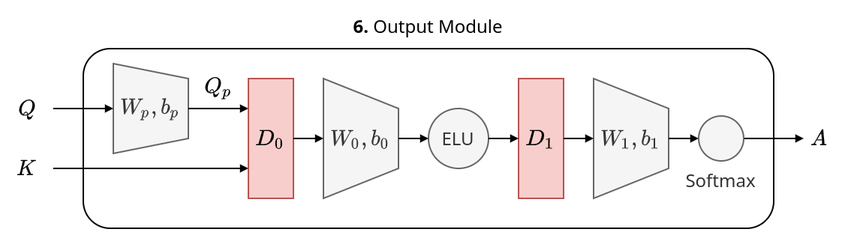
alexmirrington/honours-thesis keeps this draw.io diagram as figures/output_module.png. Above is the earlier version. Source tidied: cells renumbered, new cells last; positions are measured from the earlier drawing's top-left corner, leaving out a move shared by most shapes.
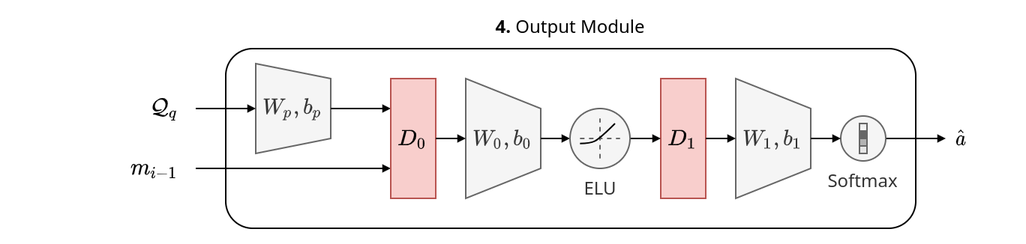
After the commit.

Change to the diagram source:
```diff
@@ -2,10 +2,10 @@
   <root>
     <mxCell id="0" />
     <mxCell id="1" parent="0" />
-    <mxCell id="2" value="&lt;b&gt;6.&amp;nbsp;&lt;/b&gt;Output Module" style="rounded=1;whiteSpace=wrap;html=1;fillColor=none;labelPosition=center;verticalLabelPosition=top;align=center;verticalAlign=bottom;spacingTop=0;spacingBottom=5;" parent="1" vertex="1">
+    <mxCell id="2" value="&lt;b&gt;4.&amp;nbsp;&lt;/b&gt;Output Module" style="rounded=1;whiteSpace=wrap;html=1;fillColor=none;labelPosition=center;verticalLabelPosition=top;align=center;verticalAlign=bottom;spacingTop=0;spacingBottom=5;" parent="1" vertex="1">
       <mxGeometry x="20" width="460" height="120" as="geometry" />
     </mxCell>
-    <mxCell id="3" value="$$A$$" style="edgeStyle=none;rounded=1;jettySize=auto;html=1;startArrow=block;startFill=1;startSize=3;endArrow=none;endFill=0;endSize=3;strokeColor=#000000;strokeWidth=1;fontSize=12;labelBackgroundColor=none;labelPosition=center;verticalLabelPosition=middle;align=center;verticalAlign=middle;entryX=1;entryY=0.5;entryDx=0;entryDy=0;" parent="1" edge="1" target="17">
+    <mxCell id="3" value="$$\hat{a}$$" style="edgeStyle=none;rounded=1;jettySize=auto;html=1;startArrow=block;startFill=1;startSize=3;endArrow=none;endFill=0;endSize=3;strokeColor=#000000;strokeWidth=1;fontSize=12;labelBackgroundColor=none;labelPosition=center;verticalLabelPosition=middle;align=center;verticalAlign=middle;entryX=1;entryY=0.5;entryDx=0;entryDy=0;" parent="1" edge="1" target="17">
       <mxGeometry as="geometry">
         <mxPoint x="500" y="60" as="sourcePoint" />
         <mxPoint x="30" as="offset" />
@@ -14,19 +14,19 @@
     <mxCell id="4" value="$$W_p, b_p$$" style="shape=trapezoid;perimeter=trapezoidPerimeter;whiteSpace=wrap;html=1;fixedSize=1;direction=south;fillColor=#f5f5f5;strokeColor=#666666;fontColor=#333333;size=10;" parent="1" vertex="1">
       <mxGeometry x="40" y="10" width="50" height="60" as="geometry" />
     </mxCell>
-    <mxCell id="5" value="$$K$$" style="edgeStyle=none;rounded=1;jettySize=auto;html=1;startArrow=block;startFill=1;startSize=3;endArrow=none;endFill=0;endSize=3;strokeColor=#000000;strokeWidth=1;fontSize=12;labelBackgroundColor=none;labelPosition=left;verticalLabelPosition=middle;align=right;verticalAlign=middle;exitX=0;exitY=0.75;exitDx=0;exitDy=0;" parent="1" edge="1" source="9">
+    <mxCell id="5" value="$$m_{i-1}$$" style="edgeStyle=none;rounded=1;jettySize=auto;html=1;startArrow=block;startFill=1;startSize=3;endArrow=none;endFill=0;endSize=3;strokeColor=#000000;strokeWidth=1;fontSize=12;labelBackgroundColor=none;labelPosition=left;verticalLabelPosition=middle;align=right;verticalAlign=middle;exitX=0;exitY=0.75;exitDx=0;exitDy=0;" parent="1" edge="1" source="9">
       <mxGeometry as="geometry">
         <mxPoint y="80" as="targetPoint" />
         <mxPoint x="-75" as="offset" />
       </mxGeometry>
     </mxCell>
-    <mxCell id="6" value="$$Q$$" style="edgeStyle=none;rounded=1;jettySize=auto;html=1;startArrow=block;startFill=1;startSize=3;endArrow=none;endFill=0;endSize=3;strokeColor=#000000;strokeWidth=1;fontSize=12;labelBackgroundColor=none;labelPosition=left;verticalLabelPosition=middle;align=right;verticalAlign=middle;exitX=0.5;exitY=1;exitDx=0;exitDy=0;" parent="1" edge="1" source="4">
+    <mxCell id="6" value="$$\mathcal{Q}_q$$" style="edgeStyle=none;rounded=1;jettySize=auto;html=1;startArrow=block;startFill=1;startSize=3;endArrow=none;endFill=0;endSize=3;strokeColor=#000000;strokeWidth=1;fontSize=12;labelBackgroundColor=none;labelPosition=left;verticalLabelPosition=middle;align=right;verticalAlign=middle;exitX=0.5;exitY=1;exitDx=0;exitDy=0;" parent="1" edge="1" source="4">
       <mxGeometry as="geometry">
         <mxPoint y="40" as="targetPoint" />
         <mxPoint x="-30" as="offset" />
       </mxGeometry>
     </mxCell>
-    <mxCell id="7" value="$$Q_p$$" style="edgeStyle=none;rounded=1;jettySize=auto;html=1;startArrow=block;startFill=1;startSize=3;endArrow=none;endFill=0;endSize=3;strokeColor=#000000;strokeWidth=1;fontSize=12;entryX=0.5;entryY=0;entryDx=0;entryDy=0;exitX=0;exitY=0.25;exitDx=0;exitDy=0;labelPosition=center;verticalLabelPosition=top;align=center;verticalAlign=bottom;labelBackgroundColor=none;" parent="1" edge="1" source="9" target="4">
+    <mxCell id="7" style="edgeStyle=none;rounded=1;jettySize=auto;html=1;startArrow=block;startFill=1;startSize=3;endArrow=none;endFill=0;endSize=3;strokeColor=#000000;strokeWidth=1;fontSize=12;entryX=0.5;entryY=0;entryDx=0;entryDy=0;exitX=0;exitY=0.25;exitDx=0;exitDy=0;labelPosition=center;verticalLabelPosition=top;align=center;verticalAlign=bottom;labelBackgroundColor=none;" parent="1" edge="1" source="9" target="4">
       <mxGeometry as="geometry">
         <mxPoint y="10" as="offset" />
       </mxGeometry>
@@ -40,9 +40,6 @@
     <mxCell id="10" style="edgeStyle=none;rounded=1;jettySize=auto;html=1;startArrow=block;startFill=1;startSize=3;endArrow=none;endFill=0;endSize=3;strokeColor=#000000;strokeWidth=1;fontSize=8;entryX=1;entryY=0.5;entryDx=0;entryDy=0;exitX=0.5;exitY=1;exitDx=0;exitDy=0;" parent="1" edge="1" source="8" target="9">
       <mxGeometry x="-65" y="159" as="geometry" />
     </mxCell>
-    <mxCell id="11" value="ELU" style="ellipse;whiteSpace=wrap;html=1;fillColor=#f5f5f5;fontSize=12;strokeColor=#666666;fontColor=#333333;" parent="1" vertex="1">
-      <mxGeometry x="250" y="40" width="40" height="40" as="geometry" />
-    </mxCell>
     <mxCell id="12" value="$$W_1,b_1$$" style="shape=trapezoid;perimeter=trapezoidPerimeter;whiteSpace=wrap;html=1;fixedSize=1;direction=south;fillColor=#f5f5f5;strokeColor=#666666;fontColor=#333333;" parent="1" vertex="1">
       <mxGeometry x="360" y="20" width="50" height="80" as="geometry" />
     </mxCell>
@@ -64,5 +61,51 @@
     <mxCell id="18" style="edgeStyle=none;rounded=1;jettySize=auto;html=1;startArrow=block;startFill=1;startSize=3;endArrow=none;endFill=0;endSize=3;strokeColor=#000000;strokeWidth=1;fontSize=8;entryX=0.5;entryY=0;entryDx=0;entryDy=0;exitX=0;exitY=0.5;exitDx=0;exitDy=0;" parent="1" edge="1" source="17" target="12">
       <mxGeometry x="-45" y="179" as="geometry" />
     </mxCell>
+    <mxCell id="19" style="group;" parent="1" vertex="1">
+      <mxGeometry x="249.5" y="40" width="40" height="40" as="geometry" />
+    </mxCell>
+    <mxCell id="11" value="ELU" style="ellipse;whiteSpace=wrap;html=1;fillColor=#f5f5f5;fontSize=12;strokeColor=#666666;fontColor=#333333;labelPosition=center;verticalLabelPosition=bottom;align=center;verticalAlign=top;" parent="19" vertex="1">
+      <mxGeometry width="40" height="40" as="geometry" />
+    </mxCell>
+    <mxCell id="20" style="group;" parent="19" vertex="1">
+      <mxGeometry x="6.7" y="6.7" width="26.7" height="26.7" as="geometry" />
+    </mxCell>
+    <mxCell id="21" style="endArrow=none;dashed=1;html=1;fillColor=#f5f5f5;strokeColor=#666666;" parent="20" edge="1">
+      <mxGeometry as="geometry">
+        <mxPoint y="13.3" as="sourcePoint" />
+        <mxPoint x="26.7" y="13.3" as="targetPoint" />
+      </mxGeometry>
+    </mxCell>
+    <mxCell id="22" style="endArrow=none;dashed=1;html=1;fillColor=#f5f5f5;strokeColor=#666666;" parent="20" edge="1">
+      <mxGeometry as="geometry">
+        <mxPoint x="13.3" y="26.7" as="sourcePoint" />
+        <mxPoint x="13.3" as="targetPoint" />
+      </mxGeometry>
+    </mxCell>
+    <mxCell id="23" style="endArrow=none;html=1;endFill=0;curved=1;" parent="20" edge="1">
+      <mxGeometry as="geometry">
+        <mxPoint y="16.7" as="sourcePoint" />
+        <mxPoint x="23.3" y="3.3" as="targetPoint" />
+        <Array as="points">
+          <mxPoint x="6.7" y="16.7" />
+          <mxPoint x="13.3" y="13.3" />
+        </Array>
+      </mxGeometry>
+    </mxCell>
+    <mxCell id="24" style="group;" parent="1" vertex="1">
+      <mxGeometry x="442.5" y="50" width="5" height="20" as="geometry" />
+    </mxCell>
+    <mxCell id="25" style="rect;whiteSpace=wrap;html=1;strokeColor=#666666;labelPosition=left;verticalLabelPosition=middle;align=right;verticalAlign=middle;spacingRight=10;fontStyle=2;fontColor=#333333;gradientColor=#ffffff;fillColor=#E6E6E6;" parent="24" vertex="1">
+      <mxGeometry width="5" height="5" as="geometry" />
+    </mxCell>
+    <mxCell id="26" style="rect;whiteSpace=wrap;html=1;strokeColor=#666666;labelPosition=left;verticalLabelPosition=middle;align=right;verticalAlign=middle;spacingRight=10;fontStyle=2;fontColor=#333333;fillColor=#666666;" parent="24" vertex="1">
+      <mxGeometry y="5" width="5" height="5" as="geometry" />
+    </mxCell>
+    <mxCell id="27" style="rect;whiteSpace=wrap;html=1;strokeColor=#666666;labelPosition=left;verticalLabelPosition=middle;align=right;verticalAlign=middle;spacingRight=10;fontStyle=2;fontColor=#333333;fillColor=#B3B3B3;" parent="24" vertex="1">
+      <mxGeometry y="10" width="5" height="5" as="geometry" />
+    </mxCell>
+    <mxCell id="28" style="rect;whiteSpace=wrap;html=1;strokeColor=#666666;labelPosition=left;verticalLabelPosition=middle;align=right;verticalAlign=middle;spacingRight=10;fontStyle=2;fontColor=#333333;fillColor=#E6E6E6;" parent="24" vertex="1">
+      <mxGeometry y="15" width="5" height="5" as="geometry" />
+    </mxCell>
   </root>
 </mxGraphModel>
```
